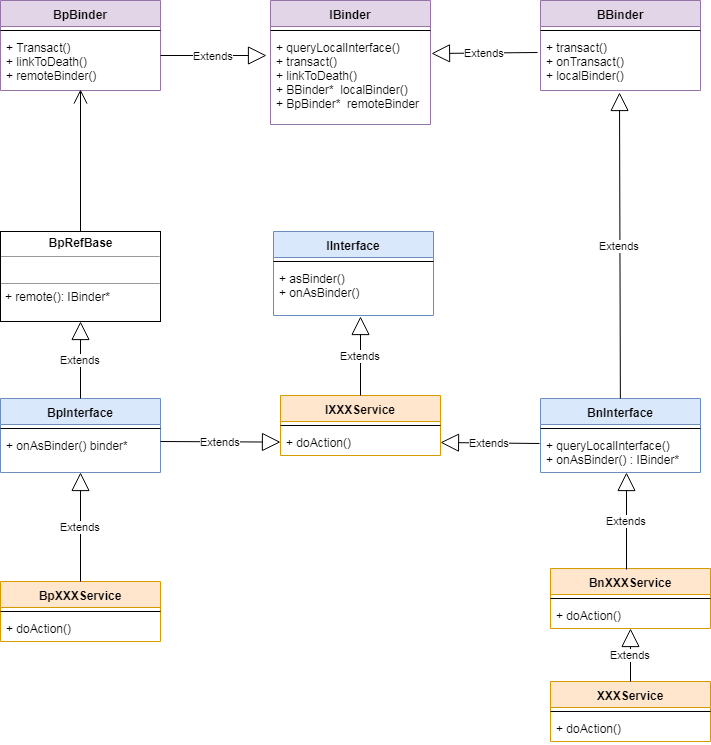
cuijpus/Android keeps this draw.io diagram as binder/diagram/libbinder class relationship.png. Above is the earlier version. Source tidied: cells renumbered, new cells last; positions are measured from the earlier drawing's top-left corner, leaving out a move shared by most shapes.
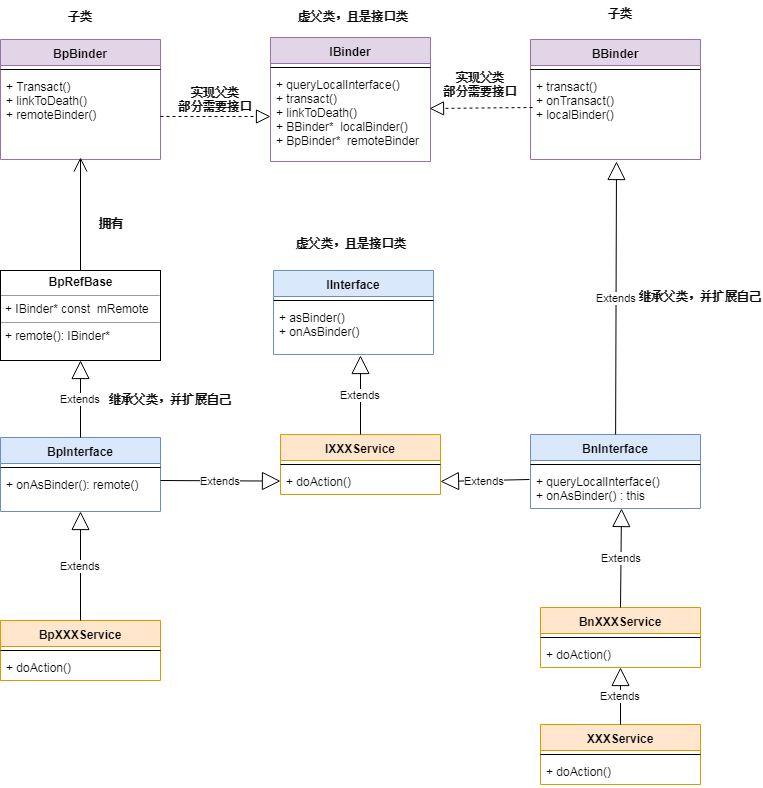
After the change.

Diff of the diagram source:
```diff
@@ -3,7 +3,7 @@
     <mxCell id="0" />
     <mxCell id="1" parent="0" />
     <mxCell id="2" value="IBinder" style="swimlane;fontStyle=1;align=center;verticalAlign=top;horizontal=1;startSize=26;fillColor=#e1d5e7;strokeColor=#9673a6;" parent="1" vertex="1">
-      <mxGeometry x="270" width="160" height="124" as="geometry" />
+      <mxGeometry x="270" y="-2" width="160" height="124" as="geometry" />
     </mxCell>
     <mxCell id="3" style="line;strokeWidth=1;fillColor=none;align=left;verticalAlign=middle;spacingTop=-1;spacingLeft=3;spacingRight=3;labelPosition=right;" parent="2" vertex="1">
       <mxGeometry y="26" width="160" height="8" as="geometry" />
@@ -12,26 +12,23 @@
       <mxGeometry y="34" width="160" height="90" as="geometry" />
     </mxCell>
     <mxCell id="5" value="BpBinder" style="swimlane;fontStyle=1;align=center;verticalAlign=top;horizontal=1;startSize=26;fillColor=#e1d5e7;strokeColor=#9673a6;" parent="1" vertex="1">
-      <mxGeometry width="160" height="90" as="geometry" />
+      <mxGeometry width="160" height="120" as="geometry" />
     </mxCell>
     <mxCell id="6" style="line;strokeWidth=1;fillColor=none;align=left;verticalAlign=middle;spacingTop=-1;spacingLeft=3;spacingRight=3;labelPosition=right;" parent="5" vertex="1">
       <mxGeometry y="26" width="160" height="8" as="geometry" />
     </mxCell>
     <mxCell id="7" value="+ Transact()&#10;+ linkToDeath()&#10;+ remoteBinder()&#10;" style="text;strokeColor=none;fillColor=none;align=left;verticalAlign=top;spacingLeft=4;spacingRight=4;overflow=hidden;points=[[0,0.5],[1,0.5]];portConstraint=eastwest;" parent="5" vertex="1">
-      <mxGeometry y="34" width="160" height="56" as="geometry" />
+      <mxGeometry y="34" width="160" height="86" as="geometry" />
     </mxCell>
     <mxCell id="8" value="BBinder&#10;&#10;" style="swimlane;fontStyle=1;align=center;verticalAlign=top;horizontal=1;startSize=26;fillColor=#e1d5e7;strokeColor=#9673a6;" parent="1" vertex="1">
-      <mxGeometry x="540" width="160" height="90" as="geometry" />
+      <mxGeometry x="530" width="170" height="120" as="geometry" />
     </mxCell>
     <mxCell id="9" style="line;strokeWidth=1;fillColor=none;align=left;verticalAlign=middle;spacingTop=-1;spacingLeft=3;spacingRight=3;labelPosition=right;" parent="8" vertex="1">
-      <mxGeometry y="26" width="160" height="8" as="geometry" />
+      <mxGeometry y="26" width="170" height="8" as="geometry" />
     </mxCell>
     <mxCell id="10" value="+ transact()&#10;+ onTransact()&#10;+ localBinder()&#10;" style="text;strokeColor=none;fillColor=none;align=left;verticalAlign=top;spacingLeft=4;spacingRight=4;overflow=hidden;points=[[0,0.5],[1,0.5]];portConstraint=eastwest;" parent="8" vertex="1">
-      <mxGeometry y="34" width="160" height="56" as="geometry" />
+      <mxGeometry y="34" width="170" height="86" as="geometry" />
     </mxCell>
-    <mxCell id="11" value="Extends" style="endArrow=block;endSize=16;endFill=0;html=1;entryX=1.006;entryY=0.211;entryDx=0;entryDy=0;exitX=-0.019;exitY=0.321;exitDx=0;exitDy=0;entryPerimeter=0;exitPerimeter=0;" parent="1" edge="1" source="10" target="4">
-      <mxGeometry relative="1" as="geometry" />
-    </mxCell>
     <mxCell id="12" value="IInterface&#10;&#10;" style="swimlane;fontStyle=1;align=center;verticalAlign=top;horizontal=1;startSize=26;fillColor=#dae8fc;strokeColor=#6c8ebf;" parent="1" vertex="1">
       <mxGeometry x="273" y="231" width="160" height="84" as="geometry" />
     </mxCell>
@@ -51,15 +48,15 @@
       <mxGeometry y="34" width="160" height="26" as="geometry" />
     </mxCell>
     <mxCell id="18" value="BnInterface" style="swimlane;fontStyle=1;align=center;verticalAlign=top;horizontal=1;startSize=26;fillColor=#dae8fc;strokeColor=#6c8ebf;" parent="1" vertex="1">
-      <mxGeometry x="540" y="398" width="160" height="74" as="geometry" />
+      <mxGeometry x="530" y="395" width="170" height="74" as="geometry" />
     </mxCell>
     <mxCell id="19" style="line;strokeWidth=1;fillColor=none;align=left;verticalAlign=middle;spacingTop=-1;spacingLeft=3;spacingRight=3;labelPosition=right;" parent="18" vertex="1">
-      <mxGeometry y="26" width="160" height="8" as="geometry" />
+      <mxGeometry y="26" width="170" height="8" as="geometry" />
     </mxCell>
-    <mxCell id="20" value="+ queryLocalInterface()&#10;+ onAsBinder() : IBinder*" style="text;strokeColor=none;fillColor=none;align=left;verticalAlign=top;spacingLeft=4;spacingRight=4;overflow=hidden;points=[[0,0.5],[1,0.5]];portConstraint=eastwest;" parent="18" vertex="1">
-      <mxGeometry y="34" width="160" height="40" as="geometry" />
+    <mxCell id="20" value="+ queryLocalInterface()&#10;+ onAsBinder() : this" style="text;strokeColor=none;fillColor=none;align=left;verticalAlign=top;spacingLeft=4;spacingRight=4;overflow=hidden;points=[[0,0.5],[1,0.5]];portConstraint=eastwest;" parent="18" vertex="1">
+      <mxGeometry y="34" width="170" height="40" as="geometry" />
     </mxCell>
-    <mxCell id="21" value="Extends" style="endArrow=block;endSize=16;endFill=0;html=1;entryX=0.494;entryY=1.036;entryDx=0;entryDy=0;entryPerimeter=0;" parent="1" edge="1" source="18" target="10">
+    <mxCell id="21" value="Extends" style="endArrow=block;endSize=16;endFill=0;html=1;entryX=0.506;entryY=1.023;entryDx=0;entryDy=0;entryPerimeter=0;" parent="1" edge="1" source="18" target="10">
       <mxGeometry relative="1" as="geometry" />
     </mxCell>
     <mxCell id="22" value="Extends" style="endArrow=block;endSize=16;endFill=0;html=1;entryX=1;entryY=0.5;entryDx=0;entryDy=0;exitX=-0.006;exitY=0.275;exitDx=0;exitDy=0;exitPerimeter=0;" parent="1" edge="1" source="20" target="17">
@@ -76,10 +73,10 @@
         <mxPoint x="160" y="43" as="sourcePoint" />
       </mxGeometry>
     </mxCell>
-    <mxCell id="26" value="+ onAsBinder() binder*" style="text;strokeColor=none;fillColor=none;align=left;verticalAlign=top;spacingLeft=4;spacingRight=4;overflow=hidden;points=[[0,0.5],[1,0.5]];portConstraint=eastwest;" parent="23" vertex="1">
+    <mxCell id="26" value="+ onAsBinder(): remote()" style="text;strokeColor=none;fillColor=none;align=left;verticalAlign=top;spacingLeft=4;spacingRight=4;overflow=hidden;points=[[0,0.5],[1,0.5]];portConstraint=eastwest;" parent="23" vertex="1">
       <mxGeometry y="34" width="160" height="40" as="geometry" />
     </mxCell>
-    <mxCell id="27" value="&lt;p style=&quot;margin: 0px ; margin-top: 4px ; text-align: center&quot;&gt;&lt;b&gt;BpRefBase&lt;/b&gt;&lt;/p&gt;&lt;hr size=&quot;1&quot;&gt;&lt;p style=&quot;margin: 0px ; margin-left: 4px&quot;&gt;&lt;br&gt;&lt;/p&gt;&lt;hr size=&quot;1&quot;&gt;&lt;p style=&quot;margin: 0px ; margin-left: 4px&quot;&gt;+ remote(): IBinder*&lt;/p&gt;" style="verticalAlign=top;align=left;overflow=fill;fontSize=12;fontFamily=Helvetica;html=1;" parent="1" vertex="1">
+    <mxCell id="27" value="&lt;p style=&quot;margin: 0px ; margin-top: 4px ; text-align: center&quot;&gt;&lt;b&gt;BpRefBase&lt;/b&gt;&lt;/p&gt;&lt;hr size=&quot;1&quot;&gt;&lt;p style=&quot;margin: 0px ; margin-left: 4px&quot;&gt;+&amp;nbsp;IBinder* const&amp;nbsp; mRemote&lt;/p&gt;&lt;hr size=&quot;1&quot;&gt;&lt;p style=&quot;margin: 0px ; margin-left: 4px&quot;&gt;+ remote(): IBinder*&lt;/p&gt;" style="verticalAlign=top;align=left;overflow=fill;fontSize=12;fontFamily=Helvetica;html=1;" parent="1" vertex="1">
       <mxGeometry y="231" width="160" height="90" as="geometry" />
     </mxCell>
     <mxCell id="28" value="Extends" style="endArrow=block;endSize=16;endFill=0;html=1;entryX=0.5;entryY=1;entryDx=0;entryDy=0;" parent="1" edge="1" source="23" target="27">
@@ -98,7 +95,7 @@
       <mxGeometry y="34" width="160" height="26" as="geometry" />
     </mxCell>
     <mxCell id="33" value="BnXXXService" style="swimlane;fontStyle=1;align=center;verticalAlign=top;horizontal=1;startSize=26;fillColor=#ffe6cc;strokeColor=#d79b00;" parent="1" vertex="1">
-      <mxGeometry x="550" y="568" width="160" height="60" as="geometry" />
+      <mxGeometry x="540" y="568" width="160" height="60" as="geometry" />
     </mxCell>
     <mxCell id="34" style="line;strokeWidth=1;fillColor=none;align=left;verticalAlign=middle;spacingTop=-1;spacingLeft=3;spacingRight=3;labelPosition=right;" parent="33" vertex="1">
       <mxGeometry y="26" width="160" height="8" as="geometry" />
@@ -107,7 +104,7 @@
       <mxGeometry y="34" width="160" height="26" as="geometry" />
     </mxCell>
     <mxCell id="36" value="XXXService" style="swimlane;fontStyle=1;align=center;verticalAlign=top;horizontal=1;startSize=26;fillColor=#ffe6cc;strokeColor=#d79b00;" parent="1" vertex="1">
-      <mxGeometry x="550" y="681" width="160" height="60" as="geometry" />
+      <mxGeometry x="540" y="685" width="160" height="60" as="geometry" />
     </mxCell>
     <mxCell id="37" style="line;strokeWidth=1;fillColor=none;align=left;verticalAlign=middle;spacingTop=-1;spacingLeft=3;spacingRight=3;labelPosition=right;" parent="36" vertex="1">
       <mxGeometry y="26" width="160" height="8" as="geometry" />
@@ -118,21 +115,47 @@
     <mxCell id="39" value="Extends" style="endArrow=block;endSize=16;endFill=0;html=1;" parent="1" edge="1" source="30" target="26">
       <mxGeometry relative="1" as="geometry" />
     </mxCell>
-    <mxCell id="40" value="Extends" style="endArrow=block;endSize=16;endFill=0;html=1;entryX=0.538;entryY=1;entryDx=0;entryDy=0;entryPerimeter=0;" parent="1" edge="1" target="20">
-      <mxGeometry relative="1" as="geometry">
-        <mxPoint x="626" y="569" as="sourcePoint" />
-      </mxGeometry>
+    <mxCell id="40" value="Extends" style="endArrow=block;endSize=16;endFill=0;html=1;entryX=0.538;entryY=1;entryDx=0;entryDy=0;entryPerimeter=0;exitX=0.5;exitY=0;exitDx=0;exitDy=0;" parent="1" edge="1" source="33" target="20">
+      <mxGeometry relative="1" as="geometry" />
     </mxCell>
     <mxCell id="41" value="Extends" style="endArrow=block;endSize=16;endFill=0;html=1;exitX=0.5;exitY=0;exitDx=0;exitDy=0;" parent="1" edge="1" source="36" target="35">
       <mxGeometry relative="1" as="geometry" />
     </mxCell>
-    <mxCell id="42" value="Extends" style="endArrow=block;endSize=16;endFill=0;html=1;entryX=-0.025;entryY=0.233;entryDx=0;entryDy=0;entryPerimeter=0;" parent="1" edge="1" target="4">
-      <mxGeometry relative="1" as="geometry">
-        <mxPoint x="160" y="55" as="sourcePoint" />
-      </mxGeometry>
-    </mxCell>
     <mxCell id="43" style="endArrow=open;endFill=1;endSize=12;html=1;entryX=0.5;entryY=0.982;entryDx=0;entryDy=0;entryPerimeter=0;exitX=0.5;exitY=0;exitDx=0;exitDy=0;" parent="1" edge="1" source="27" target="7">
       <mxGeometry relative="1" as="geometry" />
     </mxCell>
+    <mxCell id="44" style="endArrow=block;dashed=1;endFill=0;endSize=12;html=1;exitX=1;exitY=0.5;exitDx=0;exitDy=0;entryX=0;entryY=0.5;entryDx=0;entryDy=0;" parent="1" edge="1" source="7" target="4">
+      <mxGeometry relative="1" as="geometry" />
+    </mxCell>
+    <mxCell id="11" style="endArrow=block;dashed=1;endFill=0;endSize=12;html=1;exitX=0.012;exitY=0.395;exitDx=0;exitDy=0;entryX=0.994;entryY=0.411;entryDx=0;entryDy=0;entryPerimeter=0;exitPerimeter=0;" parent="1" edge="1" source="10" target="4">
+      <mxGeometry relative="1" as="geometry" />
+    </mxCell>
+    <mxCell id="45" value="虚父类，且是接口类" style="text;align=center;fontStyle=1;verticalAlign=middle;spacingLeft=3;spacingRight=3;strokeColor=none;" parent="1" vertex="1">
+      <mxGeometry x="313" y="-36" width="80" height="26" as="geometry" />
+    </mxCell>
+    <mxCell id="46" value="子类" style="text;align=center;fontStyle=1;verticalAlign=middle;spacingLeft=3;spacingRight=3;strokeColor=none;" parent="1" vertex="1">
+      <mxGeometry x="40" y="-36" width="80" height="26" as="geometry" />
+    </mxCell>
+    <mxCell id="47" value="子类" style="text;align=center;fontStyle=1;verticalAlign=middle;spacingLeft=3;spacingRight=3;strokeColor=none;" parent="1" vertex="1">
+      <mxGeometry x="580" y="-39" width="80" height="26" as="geometry" />
+    </mxCell>
+    <mxCell id="48" value="实现父类&#10;部分需要接口" style="text;align=center;fontStyle=1;verticalAlign=middle;spacingLeft=3;spacingRight=3;strokeColor=none;" parent="1" vertex="1">
+      <mxGeometry x="175" y="47" width="80" height="26" as="geometry" />
+    </mxCell>
+    <mxCell id="49" value="实现父类&#10;部分需要接口" style="text;align=center;fontStyle=1;verticalAlign=middle;spacingLeft=3;spacingRight=3;strokeColor=none;" parent="1" vertex="1">
+      <mxGeometry x="440" y="32" width="80" height="26" as="geometry" />
+    </mxCell>
+    <mxCell id="50" value="继承父类，并扩展自己" style="text;align=center;fontStyle=1;verticalAlign=middle;spacingLeft=3;spacingRight=3;strokeColor=none;" parent="1" vertex="1">
+      <mxGeometry x="130" y="346.5" width="80" height="26" as="geometry" />
+    </mxCell>
+    <mxCell id="51" value="继承父类，并扩展自己" style="text;align=center;fontStyle=1;verticalAlign=middle;spacingLeft=3;spacingRight=3;strokeColor=none;" parent="1" vertex="1">
+      <mxGeometry x="660" y="244" width="80" height="26" as="geometry" />
+    </mxCell>
+    <mxCell id="52" value="拥有" style="text;align=center;fontStyle=1;verticalAlign=middle;spacingLeft=3;spacingRight=3;strokeColor=none;" parent="1" vertex="1">
+      <mxGeometry x="71" y="171" width="80" height="26" as="geometry" />
+    </mxCell>
+    <mxCell id="53" value="虚父类，且是接口类" style="text;align=center;fontStyle=1;verticalAlign=middle;spacingLeft=3;spacingRight=3;strokeColor=none;" parent="1" vertex="1">
+      <mxGeometry x="311" y="191" width="80" height="26" as="geometry" />
+    </mxCell>
   </root>
 </mxGraphModel>
```
